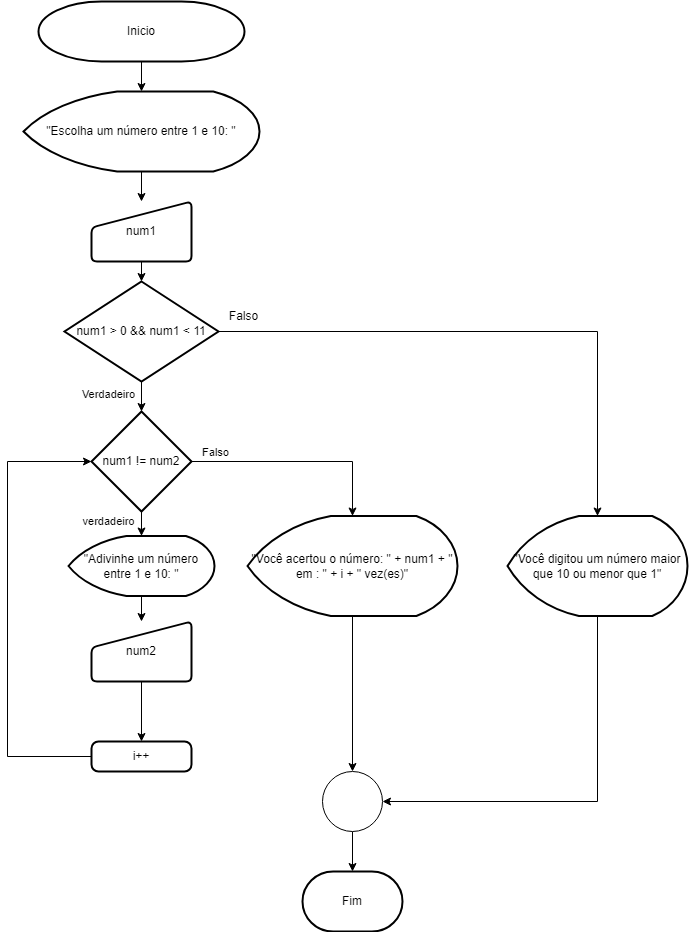
This is 4 - adivinha.png from MatheusKan/loop, a draw.io export, as it was before one commit. Source tidied: cells renumbered, new cells last; positions are measured from the earlier drawing's top-left corner, leaving out a move shared by most shapes.
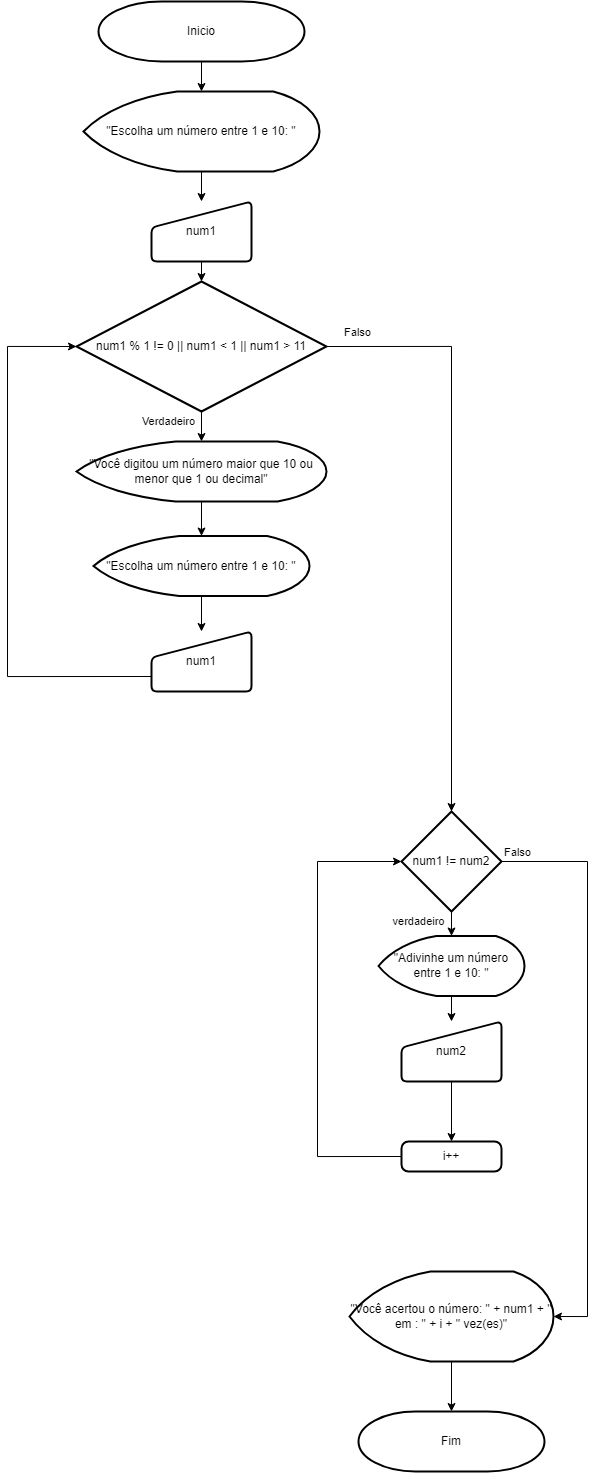
The same file after the commit.

Commit message:
Ultima leva

Change to the diagram source:
```diff
@@ -14,23 +14,6 @@
     <mxCell id="4" value="Inicio" style="strokeWidth=2;html=1;shape=mxgraph.flowchart.terminator;whiteSpace=wrap;" parent="1" vertex="1">
       <mxGeometry x="31" width="206" height="60" as="geometry" />
     </mxCell>
-    <mxCell id="5" value="Falso" style="text;html=1;align=center;verticalAlign=middle;strokeColor=none;fillColor=none;fontSize=12;fontFamily=Helvetica;fontColor=default;" parent="1" vertex="1">
-      <mxGeometry x="211" y="300" width="50" height="30" as="geometry" />
-    </mxCell>
-    <mxCell id="6" style="edgeStyle=orthogonalEdgeStyle;rounded=0;orthogonalLoop=1;jettySize=auto;html=1;exitX=0.5;exitY=1;exitDx=0;exitDy=0;exitPerimeter=0;entryX=0.5;entryY=0;entryDx=0;entryDy=0;entryPerimeter=0;" parent="1" edge="1">
-      <mxGeometry relative="1" as="geometry">
-        <mxPoint x="134" y="380" as="sourcePoint" />
-        <mxPoint x="134" y="410" as="targetPoint" />
-      </mxGeometry>
-    </mxCell>
-    <mxCell id="7" value="Verdadeiro" style="edgeLabel;html=1;align=center;verticalAlign=middle;" parent="6" vertex="1">
-      <mxGeometry x="-0.2" y="2" relative="1" as="geometry">
-        <mxPoint x="-36" as="offset" />
-      </mxGeometry>
-    </mxCell>
-    <mxCell id="8" value="Fim" style="strokeWidth=2;html=1;shape=mxgraph.flowchart.terminator;whiteSpace=wrap;" parent="1" vertex="1">
-      <mxGeometry x="295" y="870" width="100" height="60" as="geometry" />
-    </mxCell>
     <mxCell id="9" value="num1" style="html=1;strokeWidth=2;shape=manualInput;whiteSpace=wrap;rounded=1;size=26;arcSize=11;" parent="1" vertex="1">
       <mxGeometry x="84" y="200" width="100" height="60" as="geometry" />
     </mxCell>
@@ -40,12 +23,6 @@
     <mxCell id="11" value="&quot;Escolha um número entre 1 e 10: &quot;" style="strokeWidth=2;html=1;shape=mxgraph.flowchart.display;whiteSpace=wrap;" parent="1" vertex="1">
       <mxGeometry x="16" y="90" width="236" height="80" as="geometry" />
     </mxCell>
-    <mxCell id="12" style="edgeStyle=orthogonalEdgeStyle;rounded=0;jettySize=auto;html=1;exitX=1;exitY=0.5;exitDx=0;exitDy=0;exitPerimeter=0;" parent="1" edge="1" source="13" target="30">
-      <mxGeometry relative="1" as="geometry" />
-    </mxCell>
-    <mxCell id="13" value="num1 &amp;gt; 0 &amp;amp;&amp;amp; num1 &amp;lt; 11" style="strokeWidth=2;html=1;shape=mxgraph.flowchart.decision;whiteSpace=wrap;" parent="1" vertex="1">
-      <mxGeometry x="57" y="280" width="154" height="100" as="geometry" />
-    </mxCell>
     <mxCell id="14" style="edgeStyle=orthogonalEdgeStyle;rounded=0;jettySize=auto;html=1;" parent="1" edge="1" source="18" target="20">
       <mxGeometry relative="1" as="geometry" />
     </mxCell>
@@ -54,57 +31,95 @@
         <mxPoint x="-31" as="offset" />
       </mxGeometry>
     </mxCell>
-    <mxCell id="16" style="edgeStyle=orthogonalEdgeStyle;rounded=0;jettySize=auto;html=1;" parent="1" edge="1" source="18" target="27">
-      <mxGeometry relative="1" as="geometry" />
-    </mxCell>
-    <mxCell id="17" value="Falso" style="edgeLabel;html=1;align=center;verticalAlign=middle;" parent="16" vertex="1">
-      <mxGeometry x="-0.59" y="2" relative="1" as="geometry">
-        <mxPoint x="-21" y="-8" as="offset" />
-      </mxGeometry>
-    </mxCell>
     <mxCell id="18" value="num1 != num2" style="strokeWidth=2;html=1;shape=mxgraph.flowchart.decision;whiteSpace=wrap;" parent="1" vertex="1">
-      <mxGeometry x="84" y="410" width="100" height="100" as="geometry" />
+      <mxGeometry x="334" y="810" width="100" height="100" as="geometry" />
     </mxCell>
     <mxCell id="19" style="edgeStyle=orthogonalEdgeStyle;rounded=0;jettySize=auto;html=1;" parent="1" edge="1" source="20" target="26">
       <mxGeometry relative="1" as="geometry" />
     </mxCell>
     <mxCell id="20" value="&quot;Adivinhe um número entre 1 e 10: &quot;" style="strokeWidth=2;html=1;shape=mxgraph.flowchart.display;whiteSpace=wrap;" parent="1" vertex="1">
-      <mxGeometry x="61" y="534.5" width="146" height="60" as="geometry" />
+      <mxGeometry x="311" y="934.5" width="146" height="60" as="geometry" />
     </mxCell>
     <mxCell id="21" value="i++" style="rounded=1;whiteSpace=wrap;html=1;absoluteArcSize=1;arcSize=14;strokeWidth=2;" parent="1" vertex="1">
-      <mxGeometry x="84" y="740" width="100" height="30" as="geometry" />
+      <mxGeometry x="334" y="1140" width="100" height="30" as="geometry" />
     </mxCell>
     <mxCell id="22" style="edgeStyle=orthogonalEdgeStyle;rounded=0;jettySize=auto;html=1;exitX=0;exitY=0.5;exitDx=0;exitDy=0;entryX=0;entryY=0.5;entryDx=0;entryDy=0;entryPerimeter=0;" parent="1" edge="1" source="21" target="18">
       <mxGeometry relative="1" as="geometry">
         <Array as="points">
-          <mxPoint y="755" />
-          <mxPoint y="460" />
+          <mxPoint x="250" y="1155" />
+          <mxPoint x="250" y="860" />
         </Array>
       </mxGeometry>
     </mxCell>
-    <mxCell id="23" style="edgeStyle=orthogonalEdgeStyle;rounded=0;jettySize=auto;html=1;exitX=0.5;exitY=1;exitDx=0;exitDy=0;exitPerimeter=0;" parent="1" edge="1" source="24" target="8">
-      <mxGeometry relative="1" as="geometry" />
-    </mxCell>
-    <mxCell id="24" style="verticalLabelPosition=bottom;verticalAlign=top;html=1;shape=mxgraph.flowchart.on-page_reference;" parent="1" vertex="1">
-      <mxGeometry x="315" y="770" width="60" height="60" as="geometry" />
-    </mxCell>
     <mxCell id="25" style="edgeStyle=orthogonalEdgeStyle;rounded=0;jettySize=auto;html=1;" parent="1" edge="1" source="26" target="21">
       <mxGeometry relative="1" as="geometry" />
     </mxCell>
     <mxCell id="26" value="num2" style="html=1;strokeWidth=2;shape=manualInput;whiteSpace=wrap;rounded=1;size=26;arcSize=11;" parent="1" vertex="1">
-      <mxGeometry x="84" y="620" width="100" height="60" as="geometry" />
+      <mxGeometry x="334" y="1020" width="100" height="60" as="geometry" />
     </mxCell>
+    <mxCell id="31" style="edgeStyle=orthogonalEdgeStyle;rounded=0;jettySize=auto;html=1;" parent="1" edge="1" source="34" target="36">
+      <mxGeometry relative="1" as="geometry" />
+    </mxCell>
+    <mxCell id="7" value="Verdadeiro&lt;br&gt;" style="edgeLabel;html=1;align=center;verticalAlign=middle;" parent="31" vertex="1">
+      <mxGeometry x="-0.64" y="-1" relative="1" as="geometry">
+        <mxPoint x="-33" as="offset" />
+      </mxGeometry>
+    </mxCell>
+    <mxCell id="32" style="edgeStyle=orthogonalEdgeStyle;rounded=0;jettySize=auto;html=1;exitX=1;exitY=0.5;exitDx=0;exitDy=0;exitPerimeter=0;" parent="1" edge="1" source="34" target="18">
+      <mxGeometry relative="1" as="geometry" />
+    </mxCell>
+    <mxCell id="33" value="Falso" style="edgeLabel;html=1;align=center;verticalAlign=middle;" parent="32" vertex="1">
+      <mxGeometry x="-0.83" y="-4" relative="1" as="geometry">
+        <mxPoint x="-20" y="-19" as="offset" />
+      </mxGeometry>
+    </mxCell>
+    <mxCell id="34" value="num1 % 1 != 0 || num1 &amp;lt; 1 || num1 &amp;gt; 11" style="strokeWidth=2;html=1;shape=mxgraph.flowchart.decision;whiteSpace=wrap;" parent="1" vertex="1">
+      <mxGeometry x="9" y="280" width="250" height="130" as="geometry" />
+    </mxCell>
+    <mxCell id="35" style="edgeStyle=orthogonalEdgeStyle;rounded=0;jettySize=auto;html=1;" parent="1" edge="1" source="36" target="38">
+      <mxGeometry relative="1" as="geometry" />
+    </mxCell>
+    <mxCell id="36" value="&quot;Você digitou um número maior que 10 ou menor que 1 ou decimal&quot;" style="strokeWidth=2;html=1;shape=mxgraph.flowchart.display;whiteSpace=wrap;" parent="1" vertex="1">
+      <mxGeometry x="9" y="440" width="250" height="60" as="geometry" />
+    </mxCell>
+    <mxCell id="37" style="edgeStyle=orthogonalEdgeStyle;rounded=0;jettySize=auto;html=1;" parent="1" edge="1" source="38" target="39">
+      <mxGeometry relative="1" as="geometry" />
+    </mxCell>
+    <mxCell id="38" value="&quot;Escolha um número entre 1 e 10: &quot;" style="strokeWidth=2;html=1;shape=mxgraph.flowchart.display;whiteSpace=wrap;" parent="1" vertex="1">
+      <mxGeometry x="26" y="534.5" width="216" height="60" as="geometry" />
+    </mxCell>
+    <mxCell id="39" value="num1" style="html=1;strokeWidth=2;shape=manualInput;whiteSpace=wrap;rounded=1;size=26;arcSize=11;" parent="1" vertex="1">
+      <mxGeometry x="84" y="630" width="100" height="60" as="geometry" />
+    </mxCell>
+    <mxCell id="40" style="edgeStyle=orthogonalEdgeStyle;rounded=0;jettySize=auto;html=1;exitX=0;exitY=0.75;exitDx=0;exitDy=0;entryX=0;entryY=0.5;entryDx=0;entryDy=0;entryPerimeter=0;" parent="1" edge="1" source="39" target="34">
+      <mxGeometry relative="1" as="geometry">
+        <Array as="points">
+          <mxPoint x="-60" y="675" />
+          <mxPoint x="-60" y="345" />
+        </Array>
+      </mxGeometry>
+    </mxCell>
+    <mxCell id="41" style="edgeStyle=orthogonalEdgeStyle;rounded=0;jettySize=auto;html=1;" parent="1" edge="1" source="27" target="8">
+      <mxGeometry relative="1" as="geometry" />
+    </mxCell>
     <mxCell id="27" value="&quot;Você acertou o número: &quot; + num1 + &quot; em : &quot; + i + &quot; vez(es)&quot;" style="strokeWidth=2;html=1;shape=mxgraph.flowchart.display;whiteSpace=wrap;" parent="1" vertex="1">
-      <mxGeometry x="240" y="514.5" width="210" height="100" as="geometry" />
+      <mxGeometry x="282" y="1270" width="204" height="90" as="geometry" />
     </mxCell>
-    <mxCell id="28" style="edgeStyle=orthogonalEdgeStyle;rounded=0;jettySize=auto;html=1;entryX=0.5;entryY=0;entryDx=0;entryDy=0;entryPerimeter=0;" parent="1" edge="1" source="27" target="24">
-      <mxGeometry relative="1" as="geometry" />
-    </mxCell>
-    <mxCell id="29" style="edgeStyle=orthogonalEdgeStyle;rounded=0;jettySize=auto;html=1;entryX=1;entryY=0.5;entryDx=0;entryDy=0;entryPerimeter=0;exitX=0.5;exitY=1;exitDx=0;exitDy=0;exitPerimeter=0;" parent="1" edge="1" source="30" target="24">
-      <mxGeometry relative="1" as="geometry" />
-    </mxCell>
-    <mxCell id="30" value="&quot;Você digitou um número maior que 10 ou menor que 1&quot;" style="strokeWidth=2;html=1;shape=mxgraph.flowchart.display;whiteSpace=wrap;" parent="1" vertex="1">
-      <mxGeometry x="500" y="514.5" width="180" height="100" as="geometry" />
-    </mxCell>
+    <mxCell id="16" style="edgeStyle=orthogonalEdgeStyle;rounded=0;jettySize=auto;html=1;entryX=1;entryY=0.5;entryDx=0;entryDy=0;entryPerimeter=0;" parent="1" edge="1" source="18" target="27">
+      <mxGeometry relative="1" as="geometry">
+        <Array as="points">
+          <mxPoint x="520" y="860" />
+          <mxPoint x="520" y="1315" />
+        </Array>
+      </mxGeometry>
+    </mxCell>
+    <mxCell id="42" value="Falso" style="edgeLabel;html=1;align=center;verticalAlign=middle;" parent="16" vertex="1">
+      <mxGeometry x="-0.95" y="3" relative="1" as="geometry">
+        <mxPoint y="-7" as="offset" />
+      </mxGeometry>
+    </mxCell>
+    <mxCell id="8" value="Fim" style="strokeWidth=2;html=1;shape=mxgraph.flowchart.terminator;whiteSpace=wrap;" parent="1" vertex="1">
+      <mxGeometry x="291" y="1410" width="186" height="60" as="geometry" />
+    </mxCell>
   </root>
 </mxGraphModel>
```
